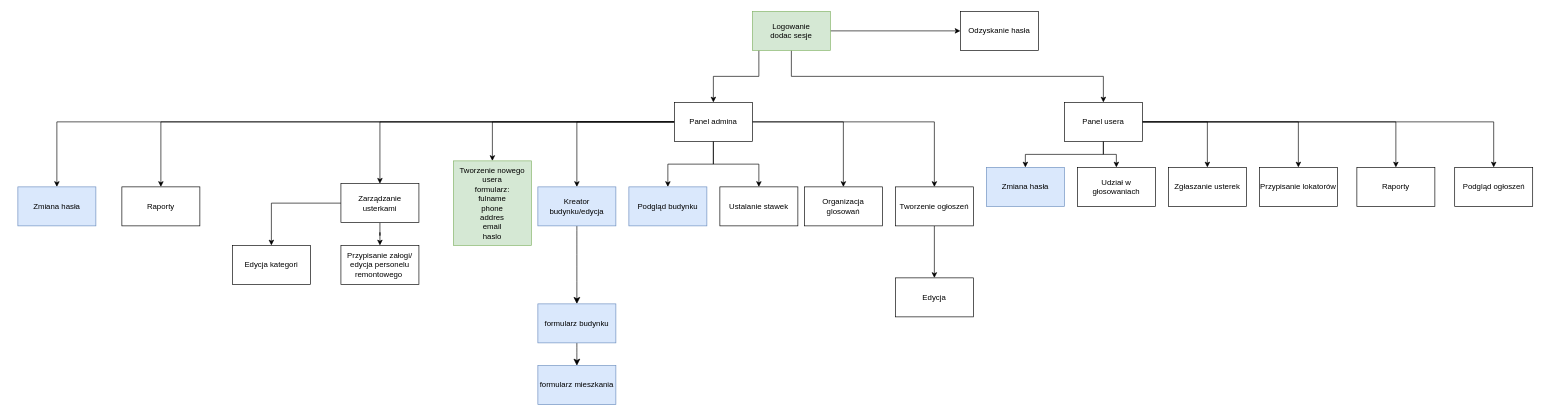
Earlier version of the draw.io diagram doc/site_flow.drawio (Mati-IR/my-neighborhood). Source tidied: cells renumbered, new cells numbered last; positions are measured from the earlier drawing's top-left corner, leaving out a move shared by most shapes. Both pictures are drawn from the tidied source at 65%, with x=0, y=0 at pixel (18, 11).
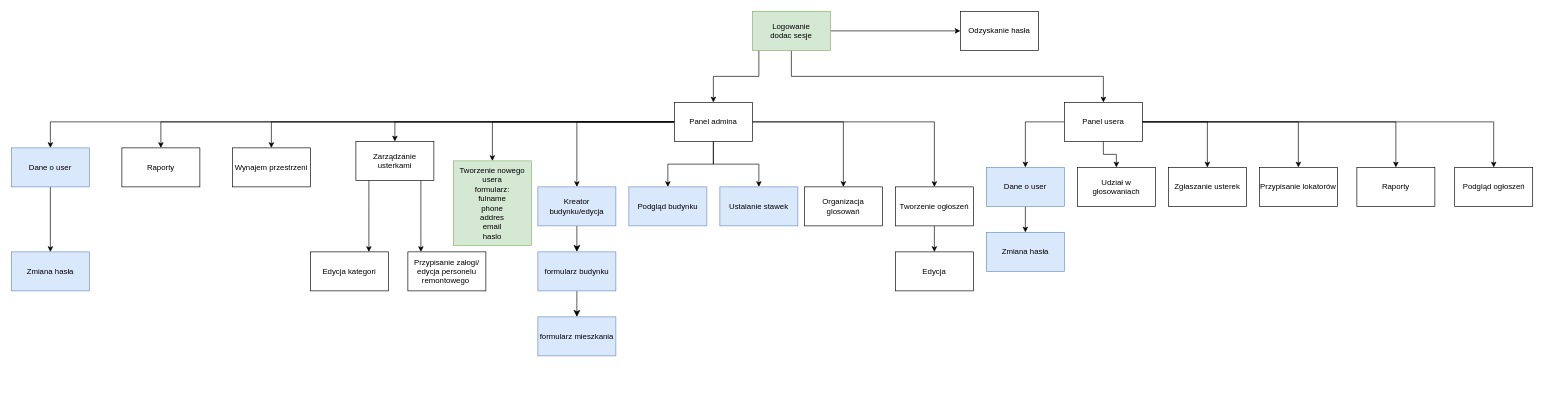
The same diagram, later.

The change refers to these unchanged cells:
```xml
<mxCell id="16" value="Panel admina" style="rounded=0;whiteSpace=wrap;html=1;" parent="1" vertex="1">
  <mxGeometry x="1010" y="140" width="120" height="60" as="geometry" />
</mxCell>
<mxCell id="23" value="Panel usera" style="rounded=0;whiteSpace=wrap;html=1;" parent="1" vertex="1">
  <mxGeometry x="1610" y="140" width="120" height="60" as="geometry" />
</mxCell>
```

Change to the diagram source:
```diff
@@
     <mxCell id="13" style="edgeStyle=orthogonalEdgeStyle;rounded=0;jettySize=auto;html=1;" parent="1" edge="1" source="16" target="34">
-      <mxGeometry relative="1" as="geometry" />
+      <mxGeometry relative="1" as="geometry">
+        <Array as="points">
+          <mxPoint x="580" y="170" />
+        </Array>
+      </mxGeometry>
     </mxCell>
@@
-    <mxCell id="15" style="edgeStyle=orthogonalEdgeStyle;rounded=0;jettySize=auto;html=1;" parent="1" edge="1" source="16" target="39">
+    <mxCell id="15" style="edgeStyle=orthogonalEdgeStyle;rounded=0;jettySize=auto;html=1;entryX=0.5;entryY=0;entryDx=0;entryDy=0;" parent="1" edge="1" source="16" target="52">
       <mxGeometry relative="1" as="geometry" />
     </mxCell>
+    <mxCell id="49" style="edgeStyle=orthogonalEdgeStyle;rounded=0;jettySize=auto;html=1;entryX=0.5;entryY=0;entryDx=0;entryDy=0;" parent="1" edge="1" source="16" target="50">
+      <mxGeometry relative="1" as="geometry" />
+    </mxCell>
@@
-    <mxCell id="17" style="edgeStyle=orthogonalEdgeStyle;rounded=0;jettySize=auto;html=1;" parent="1" edge="1" source="23" target="40">
-      <mxGeometry relative="1" as="geometry" />
+    <mxCell id="17" style="edgeStyle=orthogonalEdgeStyle;rounded=0;jettySize=auto;html=1;entryX=0.5;entryY=0;entryDx=0;entryDy=0;" parent="1" edge="1" source="23" target="54">
+      <mxGeometry relative="1" as="geometry">
+        <Array as="points">
+          <mxPoint x="1550" y="170" />
+        </Array>
+      </mxGeometry>
     </mxCell>
@@
-    <mxCell id="28" value="Ustalanie stawek" style="rounded=0;whiteSpace=wrap;html=1;" parent="1" vertex="1">
+    <mxCell id="28" value="Ustalanie stawek" style="rounded=0;whiteSpace=wrap;html=1;fillColor=#dae8fc;strokeColor=#6c8ebf;" parent="1" vertex="1">
       <mxGeometry x="1080" y="270" width="120" height="60" as="geometry" />
     </mxCell>
@@
     <mxCell id="32" style="edgeStyle=orthogonalEdgeStyle;rounded=0;jettySize=auto;html=1;" parent="1" edge="1" source="34" target="35">
-      <mxGeometry relative="1" as="geometry" />
+      <mxGeometry relative="1" as="geometry">
+        <Array as="points">
+          <mxPoint x="620" y="350" />
+          <mxPoint x="620" y="350" />
+        </Array>
+      </mxGeometry>
     </mxCell>
     <mxCell id="33" style="edgeStyle=orthogonalEdgeStyle;rounded=0;jettySize=auto;html=1;" parent="1" edge="1" source="34" target="37">
-      <mxGeometry relative="1" as="geometry" />
+      <mxGeometry relative="1" as="geometry">
+        <Array as="points">
+          <mxPoint x="540" y="300" />
+          <mxPoint x="540" y="300" />
+        </Array>
+      </mxGeometry>
     </mxCell>
     <mxCell id="34" value="Zarządzanie usterkami" style="rounded=0;whiteSpace=wrap;html=1;" parent="1" vertex="1">
-      <mxGeometry x="497" y="265" width="120" height="60" as="geometry" />
+      <mxGeometry x="520" y="200" width="120" height="60" as="geometry" />
     </mxCell>
     <mxCell id="35" value="Przypisanie załogi/&lt;br&gt;edycja personelu remontowego&amp;nbsp;" style="rounded=0;whiteSpace=wrap;html=1;" parent="1" vertex="1">
-      <mxGeometry x="497" y="360" width="120" height="60" as="geometry" />
+      <mxGeometry x="600" y="370" width="120" height="60" as="geometry" />
     </mxCell>
     <mxCell id="36" value="Edycja" style="rounded=0;whiteSpace=wrap;html=1;" parent="1" vertex="1">
-      <mxGeometry x="1350" y="410" width="120" height="60" as="geometry" />
+      <mxGeometry x="1350" y="370" width="120" height="60" as="geometry" />
     </mxCell>
     <mxCell id="37" value="Edycja kategori" style="rounded=0;whiteSpace=wrap;html=1;" parent="1" vertex="1">
-      <mxGeometry x="330" y="360" width="120" height="60" as="geometry" />
+      <mxGeometry x="450" y="370" width="120" height="60" as="geometry" />
     </mxCell>
     <mxCell id="38" value="Raporty" style="rounded=0;whiteSpace=wrap;html=1;" parent="1" vertex="1">
-      <mxGeometry x="160" y="270" width="120" height="60" as="geometry" />
+      <mxGeometry x="160" y="210" width="120" height="60" as="geometry" />
     </mxCell>
     <mxCell id="39" value="Zmiana hasła" style="rounded=0;whiteSpace=wrap;html=1;fillColor=#dae8fc;strokeColor=#6c8ebf;" parent="1" vertex="1">
-      <mxGeometry y="270" width="120" height="60" as="geometry" />
+      <mxGeometry x="-10" y="370" width="120" height="60" as="geometry" />
     </mxCell>
-    <mxCell id="40" value="Zmiana hasła" style="rounded=0;whiteSpace=wrap;html=1;fillColor=#dae8fc;strokeColor=#6c8ebf;" parent="1" vertex="1">
-      <mxGeometry x="1490" y="240" width="120" height="60" as="geometry" />
-    </mxCell>
@@
     <mxCell id="47" value="formularz budynku" style="whiteSpace=wrap;html=1;rounded=0;fillColor=#dae8fc;strokeColor=#6c8ebf;" parent="1" vertex="1">
-      <mxGeometry x="800" y="450" width="120" height="60" as="geometry" />
+      <mxGeometry x="800" y="370" width="120" height="60" as="geometry" />
     </mxCell>
     <mxCell id="48" value="formularz mieszkania" style="whiteSpace=wrap;html=1;rounded=0;fillColor=#dae8fc;strokeColor=#6c8ebf;" parent="1" vertex="1">
-      <mxGeometry x="800" y="545" width="120" height="60" as="geometry" />
+      <mxGeometry x="800" y="470" width="120" height="60" as="geometry" />
     </mxCell>
+    <mxCell id="50" value="Wynajem przestrzeni" style="rounded=0;whiteSpace=wrap;html=1;" parent="1" vertex="1">
+      <mxGeometry x="330" y="210" width="120" height="60" as="geometry" />
+    </mxCell>
+    <mxCell id="51" style="edgeStyle=orthogonalEdgeStyle;rounded=0;jettySize=auto;html=1;" parent="1" edge="1" source="52" target="39">
+      <mxGeometry relative="1" as="geometry" />
+    </mxCell>
+    <mxCell id="52" value="Dane o user" style="rounded=0;whiteSpace=wrap;html=1;fillColor=#dae8fc;strokeColor=#6c8ebf;" parent="1" vertex="1">
+      <mxGeometry x="-10" y="210" width="120" height="60" as="geometry" />
+    </mxCell>
+    <mxCell id="40" value="Zmiana hasła" style="rounded=0;whiteSpace=wrap;html=1;fillColor=#dae8fc;strokeColor=#6c8ebf;" parent="1" vertex="1">
+      <mxGeometry x="1490" y="340" width="120" height="60" as="geometry" />
+    </mxCell>
+    <mxCell id="53" style="edgeStyle=orthogonalEdgeStyle;rounded=0;jettySize=auto;html=1;" parent="1" edge="1" source="54" target="40">
+      <mxGeometry relative="1" as="geometry" />
+    </mxCell>
+    <mxCell id="54" value="Dane o user" style="rounded=0;whiteSpace=wrap;html=1;fillColor=#dae8fc;strokeColor=#6c8ebf;" parent="1" vertex="1">
+      <mxGeometry x="1490" y="240" width="120" height="60" as="geometry" />
+    </mxCell>
```
